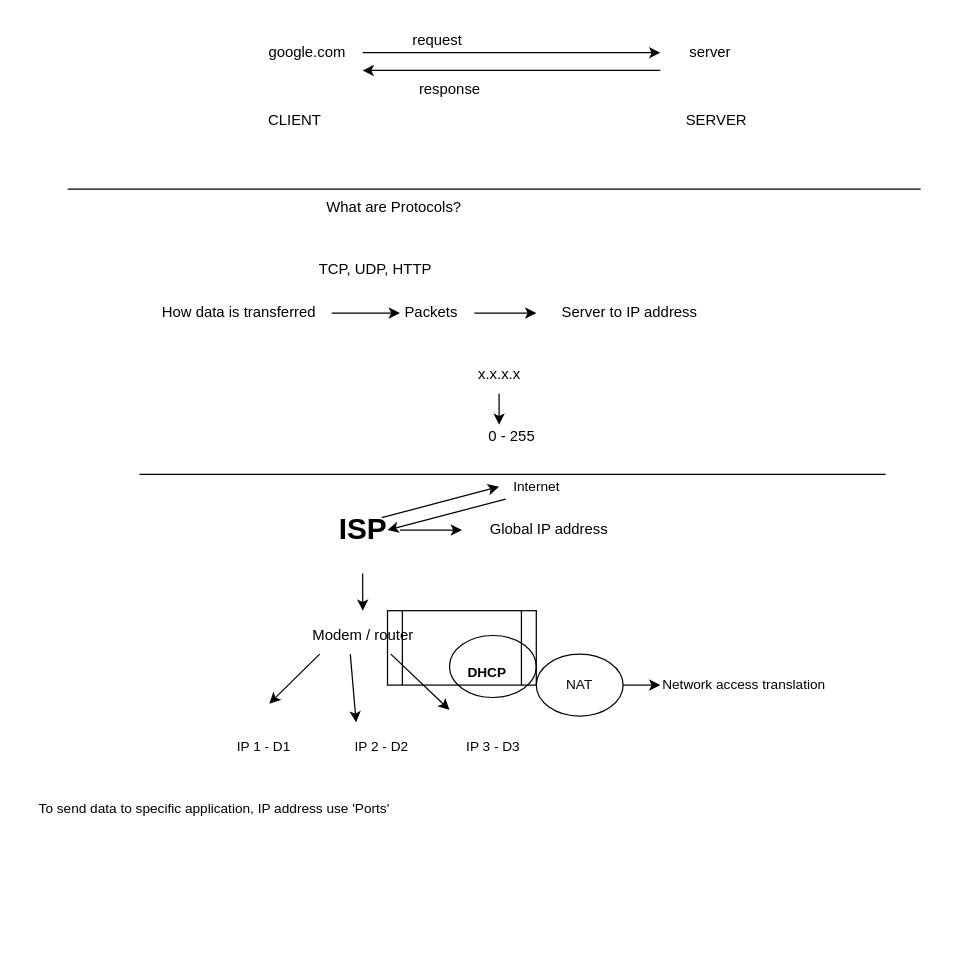
Above: page "Page-4" (4 of 5) of Untitled Diagram.drawio in gurkiratz/Learning-Git (draw.io), before the change. Source tidied: cells renumbered, new cells numbered last; positions are measured from the earlier drawing's top-left corner, leaving out a move shared by most shapes. Both pictures are drawn from the tidied source at 124%, with x=0, y=0 at pixel (21, 21).
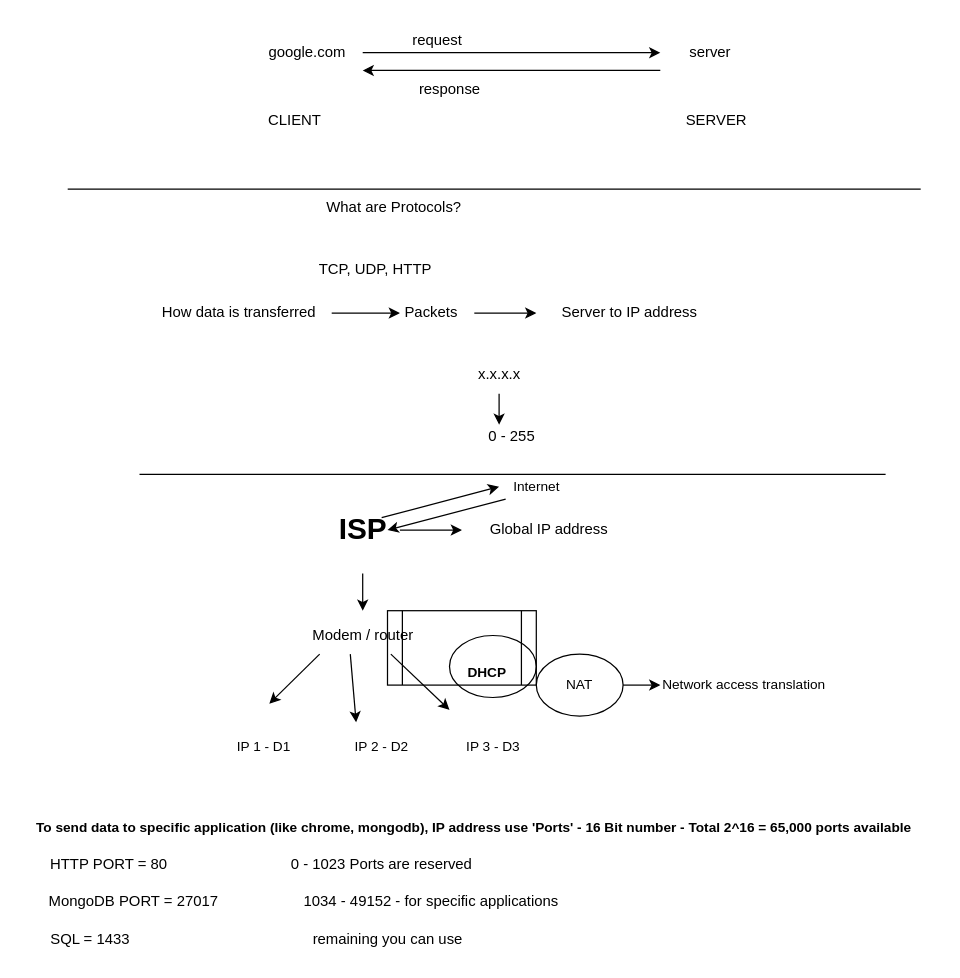
Above is the later version.

What changed in the source:
```diff
@@
-    <mxCell id="41" value="To send data to specific application, IP address use 'Ports'" style="text;html=1;align=center;verticalAlign=middle;strokeColor=none;fillColor=none;fontSize=11;fontFamily=Helvetica;fontColor=default;" parent="1" vertex="1">
-      <mxGeometry y="620" width="310" height="30" as="geometry" />
+    <mxCell id="41" value="&lt;b&gt;To send data to specific application (like chrome, mongodb), IP address use 'Ports' - 16 Bit number - Total 2^16 = 65,000 ports available&lt;/b&gt;" style="text;html=1;align=left;verticalAlign=middle;strokeColor=none;fillColor=none;fontSize=11;fontFamily=Helvetica;fontColor=default;" parent="1" vertex="1">
+      <mxGeometry x="10" y="635" width="730" height="30" as="geometry" />
     </mxCell>
@@
+    <mxCell id="43" value="HTTP PORT = 80" style="text;html=1;align=center;verticalAlign=middle;strokeColor=none;fillColor=none;" parent="1" vertex="1">
+      <mxGeometry x="10" y="665" width="120" height="30" as="geometry" />
+    </mxCell>
+    <mxCell id="44" value="MongoDB PORT = 27017" style="text;html=1;align=center;verticalAlign=middle;strokeColor=none;fillColor=none;" parent="1" vertex="1">
+      <mxGeometry x="10" y="695" width="160" height="30" as="geometry" />
+    </mxCell>
+    <mxCell id="45" value="0 - 1023 Ports are reserved" style="text;html=1;align=center;verticalAlign=middle;strokeColor=none;fillColor=none;" parent="1" vertex="1">
+      <mxGeometry x="205" y="665" width="170" height="30" as="geometry" />
+    </mxCell>
+    <mxCell id="46" value="1034 - 49152 - for specific applications" style="text;html=1;align=center;verticalAlign=middle;strokeColor=none;fillColor=none;" parent="1" vertex="1">
+      <mxGeometry x="215" y="695" width="230" height="30" as="geometry" />
+    </mxCell>
+    <mxCell id="47" value="remaining you can use" style="text;html=1;align=center;verticalAlign=middle;strokeColor=none;fillColor=none;" parent="1" vertex="1">
+      <mxGeometry x="225" y="725" width="140" height="30" as="geometry" />
+    </mxCell>
+    <mxCell id="48" value="SQL = 1433" style="text;html=1;align=center;verticalAlign=middle;strokeColor=none;fillColor=none;" parent="1" vertex="1">
+      <mxGeometry x="10" y="725" width="90" height="30" as="geometry" />
+    </mxCell>
```
